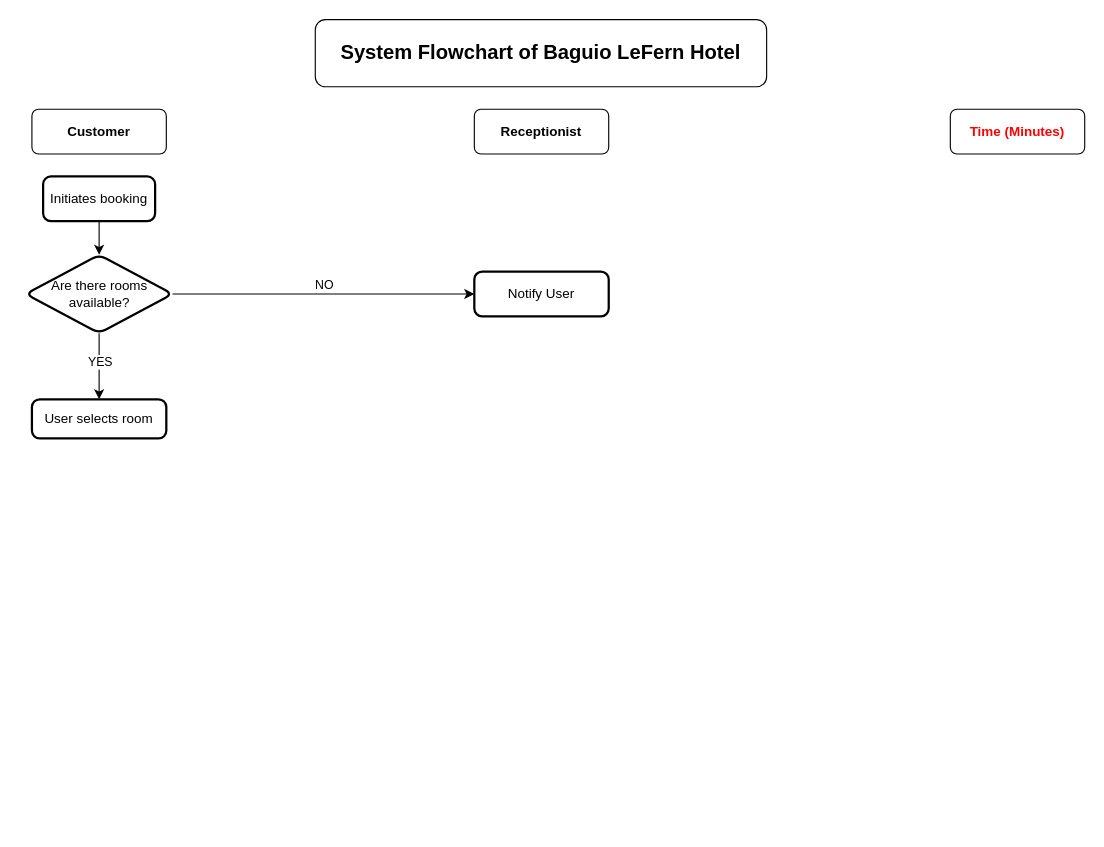
Before: Untitled Diagram.drawio in doyaoencab/draw.io, a draw.io diagram. Source tidied: cells renumbered, new cells numbered last; positions are measured from the earlier drawing's top-left corner, leaving out a move shared by most shapes. Both pictures are drawn from the tidied source at 112%, with x=0, y=0 at pixel (25, 19).
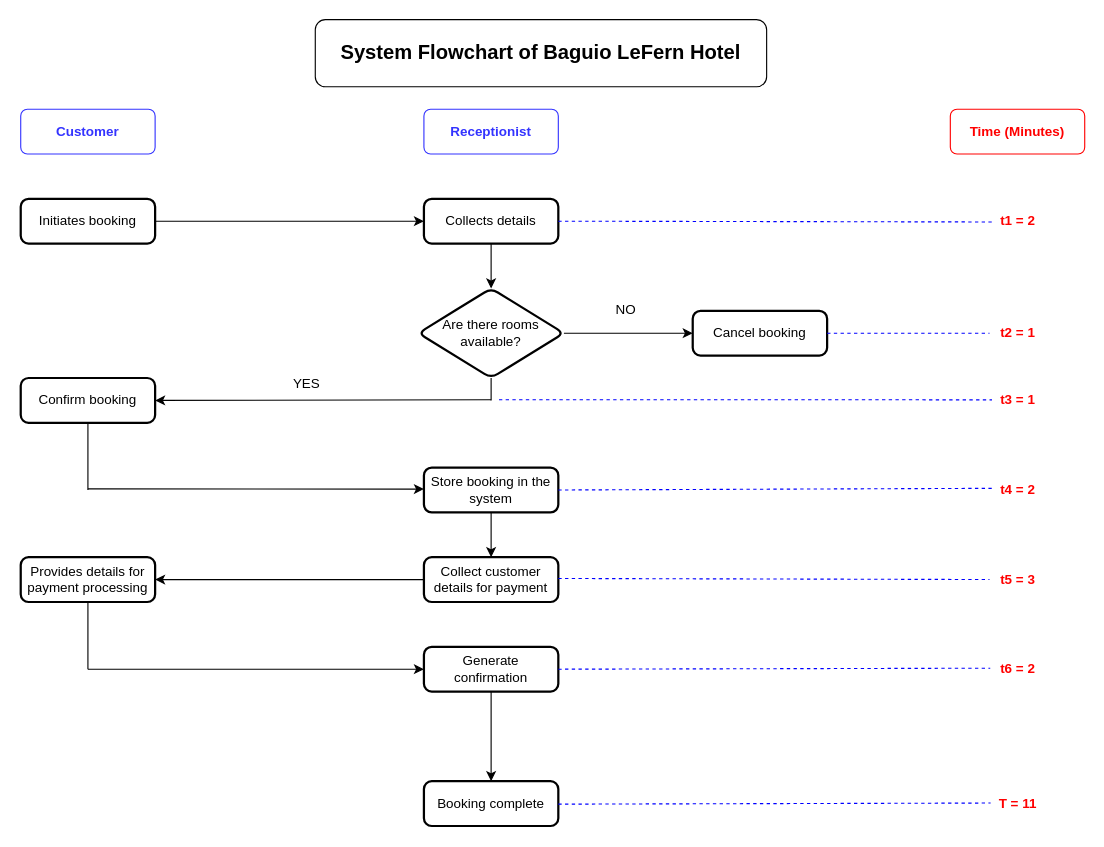
The same diagram, later.

Change to the diagram source:
```diff
@@
-<mxGraphModel>
+<mxGraphModel background="#ffffff">
@@
-    <mxCell id="3" value="&lt;b&gt;Customer&lt;/b&gt;" style="rounded=1;whiteSpace=wrap;html=1;" parent="1" vertex="1">
-      <mxGeometry x="6" y="80" width="120" height="40" as="geometry" />
+    <mxCell id="3" value="&lt;b&gt;&lt;font style=&quot;color: rgb(51, 51, 255);&quot;&gt;Customer&lt;/font&gt;&lt;/b&gt;" style="rounded=1;whiteSpace=wrap;html=1;strokeColor=#3333FF;" parent="1" vertex="1">
+      <mxGeometry x="-4" y="80" width="120" height="40" as="geometry" />
     </mxCell>
-    <mxCell id="4" value="&lt;b&gt;Receptionist&lt;/b&gt;" style="rounded=1;whiteSpace=wrap;html=1;" parent="1" vertex="1">
-      <mxGeometry x="401" y="80" width="120" height="40" as="geometry" />
+    <mxCell id="4" value="&lt;b&gt;&lt;font style=&quot;color: rgb(51, 51, 255);&quot;&gt;Receptionist&lt;/font&gt;&lt;/b&gt;" style="rounded=1;whiteSpace=wrap;html=1;strokeColor=#3333FF;" parent="1" vertex="1">
+      <mxGeometry x="356" y="80" width="120" height="40" as="geometry" />
     </mxCell>
-    <mxCell id="5" value="&lt;b&gt;&lt;font style=&quot;color: rgb(255, 0, 0);&quot;&gt;Time (Minutes)&lt;/font&gt;&lt;/b&gt;" style="rounded=1;whiteSpace=wrap;html=1;" parent="1" vertex="1">
+    <mxCell id="5" value="&lt;b&gt;&lt;font style=&quot;color: rgb(255, 0, 0);&quot;&gt;Time (Minutes)&lt;/font&gt;&lt;/b&gt;" style="rounded=1;whiteSpace=wrap;html=1;strokeColor=#FF0000;" parent="1" vertex="1">
       <mxGeometry x="826" y="80" width="120" height="40" as="geometry" />
     </mxCell>
-    <mxCell id="6" style="edgeStyle=orthogonalEdgeStyle;rounded=0;jettySize=auto;html=1;" parent="1" edge="1" source="7" target="12">
-      <mxGeometry relative="1" as="geometry" />
-    </mxCell>
+    <mxCell id="15" style="edgeStyle=orthogonalEdgeStyle;rounded=0;jettySize=auto;html=1;" parent="1" edge="1" source="7" target="17">
+      <mxGeometry relative="1" as="geometry" />
+    </mxCell>
     <mxCell id="7" value="Initiates booking" style="rounded=1;whiteSpace=wrap;html=1;absoluteArcSize=1;arcSize=14;strokeWidth=2;" parent="1" vertex="1">
-      <mxGeometry x="16" y="140" width="100" height="40" as="geometry" />
+      <mxGeometry x="-4" y="160" width="120" height="40" as="geometry" />
     </mxCell>
-    <mxCell id="8" style="edgeStyle=orthogonalEdgeStyle;rounded=0;jettySize=auto;html=1;" parent="1" edge="1" source="12" target="13">
-      <mxGeometry relative="1" as="geometry" />
-    </mxCell>
+    <mxCell id="16" style="edgeStyle=orthogonalEdgeStyle;rounded=0;jettySize=auto;html=1;" parent="1" edge="1" source="17" target="12">
+      <mxGeometry relative="1" as="geometry" />
+    </mxCell>
+    <mxCell id="17" value="Collects details" style="whiteSpace=wrap;html=1;rounded=1;absoluteArcSize=1;arcSize=14;strokeWidth=2;" parent="1" vertex="1">
+      <mxGeometry x="356" y="160" width="120" height="40" as="geometry" />
+    </mxCell>
+    <mxCell id="18" style="edgeStyle=orthogonalEdgeStyle;rounded=0;jettySize=auto;html=1;exitX=1;exitY=0.5;exitDx=0;exitDy=0;entryX=0;entryY=0.5;entryDx=0;entryDy=0;" parent="1" edge="1" source="12" target="21">
+      <mxGeometry relative="1" as="geometry" />
+    </mxCell>
+    <mxCell id="12" value="Are there rooms available?" style="rhombus;whiteSpace=wrap;html=1;rounded=1;absoluteArcSize=1;arcSize=14;strokeWidth=2;" parent="1" vertex="1">
+      <mxGeometry x="351" y="240" width="130" height="80" as="geometry" />
+    </mxCell>
+    <mxCell id="19" value="t1 = 2" style="text;html=1;align=center;verticalAlign=middle;strokeColor=none;fillColor=none;fontColor=#FF0000;fontStyle=1;" parent="1" vertex="1">
+      <mxGeometry x="861" y="165" width="50" height="30" as="geometry" />
+    </mxCell>
+    <mxCell id="20" style="endArrow=none;dashed=1;html=1;rounded=0;exitX=1;exitY=0.5;exitDx=0;exitDy=0;entryX=0;entryY=0.522;entryDx=0;entryDy=0;entryPerimeter=0;fillColor=#f8cecc;strokeColor=#0000FF;" parent="1" edge="1" source="17">
+      <mxGeometry relative="1" as="geometry">
+        <mxPoint x="866" y="180.7" as="targetPoint" />
+      </mxGeometry>
+    </mxCell>
+    <mxCell id="11" value="YES" style="text;html=1;align=center;verticalAlign=middle;strokeColor=none;fillColor=none;" parent="1" vertex="1">
+      <mxGeometry x="226" y="310" width="50" height="30" as="geometry" />
+    </mxCell>
+    <mxCell id="21" value="Cancel booking" style="whiteSpace=wrap;html=1;rounded=1;absoluteArcSize=1;arcSize=14;strokeWidth=2;" parent="1" vertex="1">
+      <mxGeometry x="596" y="260" width="120" height="40" as="geometry" />
+    </mxCell>
-    <mxCell id="9" value="NO" style="edgeLabel;html=1;align=center;verticalAlign=middle;" parent="8" vertex="1">
-      <mxGeometry y="10" relative="1" as="geometry">
-        <mxPoint y="1" as="offset" />
-      </mxGeometry>
+    <mxCell id="9" value="NO" style="text;html=1;align=center;verticalAlign=middle;strokeColor=none;fillColor=none;" parent="1" vertex="1">
+      <mxGeometry x="516" y="244" width="40" height="30" as="geometry" />
     </mxCell>
-    <mxCell id="10" style="edgeStyle=orthogonalEdgeStyle;rounded=0;jettySize=auto;html=1;" parent="1" edge="1" source="12" target="14">
-      <mxGeometry relative="1" as="geometry" />
-    </mxCell>
-    <mxCell id="11" value="YES" style="edgeLabel;html=1;align=center;verticalAlign=middle;" parent="10" vertex="1">
-      <mxGeometry x="-0.16" y="5" relative="1" as="geometry">
-        <mxPoint x="-5" as="offset" />
-      </mxGeometry>
-    </mxCell>
-    <mxCell id="12" value="Are there rooms available?" style="rhombus;whiteSpace=wrap;html=1;rounded=1;absoluteArcSize=1;arcSize=14;strokeWidth=2;" parent="1" vertex="1">
-      <mxGeometry x="0.5" y="210" width="131" height="70" as="geometry" />
-    </mxCell>
-    <mxCell id="13" value="Notify User" style="whiteSpace=wrap;html=1;rounded=1;absoluteArcSize=1;arcSize=14;strokeWidth=2;" parent="1" vertex="1">
-      <mxGeometry x="401" y="225" width="120" height="40" as="geometry" />
-    </mxCell>
-    <mxCell id="14" value="User selects room" style="whiteSpace=wrap;html=1;rounded=1;absoluteArcSize=1;arcSize=14;strokeWidth=2;" parent="1" vertex="1">
-      <mxGeometry x="6" y="339" width="120" height="35" as="geometry" />
-    </mxCell>
+    <mxCell id="22" value="t2 = 1" style="text;html=1;align=center;verticalAlign=middle;points=[];strokeColor=none;fillColor=none;fontStyle=1;fontColor=#FF0000;" parent="1" vertex="1">
+      <mxGeometry x="861" y="265" width="50" height="30" as="geometry" />
+    </mxCell>
+    <mxCell id="23" style="endArrow=none;dashed=1;html=1;rounded=0;exitX=1;exitY=0.5;exitDx=0;exitDy=0;strokeColor=#0000FF;" parent="1" edge="1" source="21" target="22">
+      <mxGeometry relative="1" as="geometry" />
+    </mxCell>
+    <mxCell id="24" style="endArrow=none;html=1;rounded=0;entryX=0.5;entryY=1;entryDx=0;entryDy=0;" parent="1" edge="1" target="12">
+      <mxGeometry relative="1" as="geometry">
+        <mxPoint x="416" y="340" as="sourcePoint" />
+      </mxGeometry>
+    </mxCell>
+    <mxCell id="25" style="endArrow=classic;html=1;rounded=0;entryX=1;entryY=0.5;entryDx=0;entryDy=0;" parent="1" edge="1">
+      <mxGeometry relative="1" as="geometry">
+        <mxPoint x="416" y="339.4" as="sourcePoint" />
+        <mxPoint x="116" y="340" as="targetPoint" />
+      </mxGeometry>
+    </mxCell>
+    <mxCell id="26" value="Confirm booking" style="whiteSpace=wrap;html=1;rounded=1;absoluteArcSize=1;arcSize=14;strokeWidth=2;" parent="1" vertex="1">
+      <mxGeometry x="-4" y="320" width="120" height="40" as="geometry" />
+    </mxCell>
+    <mxCell id="27" style="endArrow=none;dashed=1;html=1;rounded=0;exitX=1;exitY=0.5;exitDx=0;exitDy=0;entryX=0.045;entryY=0.483;entryDx=0;entryDy=0;entryPerimeter=0;strokeColor=#0000FF;" parent="1" edge="1" target="28">
+      <mxGeometry relative="1" as="geometry">
+        <mxPoint x="423" y="339.4" as="sourcePoint" />
+      </mxGeometry>
+    </mxCell>
+    <mxCell id="28" value="t3 = 1" style="text;html=1;align=center;verticalAlign=middle;points=[];strokeColor=none;fillColor=none;fontStyle=1;fontColor=#FF0000;" parent="1" vertex="1">
+      <mxGeometry x="861" y="325" width="50" height="30" as="geometry" />
+    </mxCell>
+    <mxCell id="29" style="endArrow=none;html=1;rounded=0;entryX=0.5;entryY=1;entryDx=0;entryDy=0;" parent="1" edge="1" target="26">
+      <mxGeometry relative="1" as="geometry">
+        <mxPoint x="56" y="420" as="sourcePoint" />
+      </mxGeometry>
+    </mxCell>
+    <mxCell id="30" style="endArrow=classic;html=1;rounded=0;" parent="1" edge="1">
+      <mxGeometry relative="1" as="geometry">
+        <mxPoint x="56" y="419" as="sourcePoint" />
+        <mxPoint x="356" y="419.2" as="targetPoint" />
+      </mxGeometry>
+    </mxCell>
+    <mxCell id="31" style="edgeStyle=orthogonalEdgeStyle;rounded=0;jettySize=auto;html=1;" parent="1" edge="1" source="32" target="36">
+      <mxGeometry relative="1" as="geometry" />
+    </mxCell>
+    <mxCell id="32" value="Store booking in the system" style="rounded=1;whiteSpace=wrap;html=1;absoluteArcSize=1;arcSize=14;strokeWidth=2;" parent="1" vertex="1">
+      <mxGeometry x="356" y="400" width="120" height="40" as="geometry" />
+    </mxCell>
+    <mxCell id="33" style="endArrow=none;dashed=1;html=1;rounded=0;exitX=1;exitY=0.5;exitDx=0;exitDy=0;strokeColor=#0000FF;entryX=0.04;entryY=0.45;entryDx=0;entryDy=0;entryPerimeter=0;" parent="1" edge="1" source="32" target="34">
+      <mxGeometry relative="1" as="geometry" />
+    </mxCell>
+    <mxCell id="34" value="t4 = 2" style="text;html=1;align=center;verticalAlign=middle;points=[];strokeColor=none;fillColor=none;fontStyle=1;fontColor=#FF0000;" parent="1" vertex="1">
+      <mxGeometry x="861" y="405" width="50" height="30" as="geometry" />
+    </mxCell>
+    <mxCell id="35" style="edgeStyle=orthogonalEdgeStyle;rounded=0;jettySize=auto;html=1;" parent="1" edge="1" source="36" target="37">
+      <mxGeometry relative="1" as="geometry" />
+    </mxCell>
+    <mxCell id="36" value="Collect customer details for payment" style="whiteSpace=wrap;html=1;rounded=1;absoluteArcSize=1;arcSize=14;strokeWidth=2;" parent="1" vertex="1">
+      <mxGeometry x="356" y="480" width="120" height="40" as="geometry" />
+    </mxCell>
+    <mxCell id="37" value="Provides details for payment processing" style="whiteSpace=wrap;html=1;rounded=1;absoluteArcSize=1;arcSize=14;strokeWidth=2;" parent="1" vertex="1">
+      <mxGeometry x="-4" y="480" width="120" height="40" as="geometry" />
+    </mxCell>
+    <mxCell id="38" style="endArrow=none;dashed=1;html=1;rounded=0;exitX=1;exitY=0.475;exitDx=0;exitDy=0;strokeColor=#0000FF;exitPerimeter=0;" parent="1" edge="1" source="36" target="39">
+      <mxGeometry relative="1" as="geometry" />
+    </mxCell>
+    <mxCell id="39" value="t5 = 3" style="text;html=1;align=center;verticalAlign=middle;points=[];strokeColor=none;fillColor=none;fontStyle=1;fontColor=#FF0000;" parent="1" vertex="1">
+      <mxGeometry x="861" y="485" width="50" height="30" as="geometry" />
+    </mxCell>
+    <mxCell id="40" style="endArrow=none;html=1;rounded=0;entryX=0.5;entryY=1;entryDx=0;entryDy=0;" parent="1" edge="1" target="37">
+      <mxGeometry relative="1" as="geometry">
+        <mxPoint x="56" y="580" as="sourcePoint" />
+      </mxGeometry>
+    </mxCell>
+    <mxCell id="41" style="edgeStyle=orthogonalEdgeStyle;rounded=0;jettySize=auto;html=1;" parent="1" edge="1" source="42" target="46">
+      <mxGeometry relative="1" as="geometry" />
+    </mxCell>
+    <mxCell id="42" value="Generate confirmation" style="rounded=1;whiteSpace=wrap;html=1;absoluteArcSize=1;arcSize=14;strokeWidth=2;" parent="1" vertex="1">
+      <mxGeometry x="356" y="560" width="120" height="40" as="geometry" />
+    </mxCell>
+    <mxCell id="43" style="endArrow=classic;html=1;rounded=0;entryX=0;entryY=0.5;entryDx=0;entryDy=0;" parent="1" edge="1" target="42">
+      <mxGeometry relative="1" as="geometry">
+        <mxPoint x="56" y="580" as="sourcePoint" />
+      </mxGeometry>
+    </mxCell>
+    <mxCell id="44" style="endArrow=none;dashed=1;html=1;rounded=0;strokeColor=#0000FF;entryX=0.013;entryY=0.47;entryDx=0;entryDy=0;entryPerimeter=0;exitX=1;exitY=0.5;exitDx=0;exitDy=0;" parent="1" edge="1" source="42" target="45">
+      <mxGeometry relative="1" as="geometry" />
+    </mxCell>
+    <mxCell id="45" value="t6 = 2" style="text;html=1;align=center;verticalAlign=middle;points=[];strokeColor=none;fillColor=none;fontStyle=1;fontColor=#FF0000;" parent="1" vertex="1">
+      <mxGeometry x="861" y="565" width="50" height="30" as="geometry" />
+    </mxCell>
+    <mxCell id="46" value="Booking complete" style="whiteSpace=wrap;html=1;rounded=1;absoluteArcSize=1;arcSize=14;strokeWidth=2;" parent="1" vertex="1">
+      <mxGeometry x="356" y="680" width="120" height="40" as="geometry" />
+    </mxCell>
+    <mxCell id="47" style="endArrow=none;dashed=1;html=1;rounded=0;strokeColor=#0000FF;entryX=0.013;entryY=0.47;entryDx=0;entryDy=0;entryPerimeter=0;exitX=1;exitY=0.5;exitDx=0;exitDy=0;" parent="1" edge="1">
+      <mxGeometry relative="1" as="geometry">
+        <mxPoint x="476" y="700.5" as="sourcePoint" />
+        <mxPoint x="862" y="699.5" as="targetPoint" />
+      </mxGeometry>
+    </mxCell>
+    <mxCell id="48" value="&lt;font style=&quot;color: rgb(255, 0, 0);&quot;&gt;&lt;span&gt;T = 11&lt;/span&gt;&lt;/font&gt;" style="text;html=1;align=center;verticalAlign=middle;strokeColor=none;fillColor=none;fontStyle=1;" parent="1" vertex="1">
+      <mxGeometry x="856" y="685" width="60" height="30" as="geometry" />
+    </mxCell>
```
